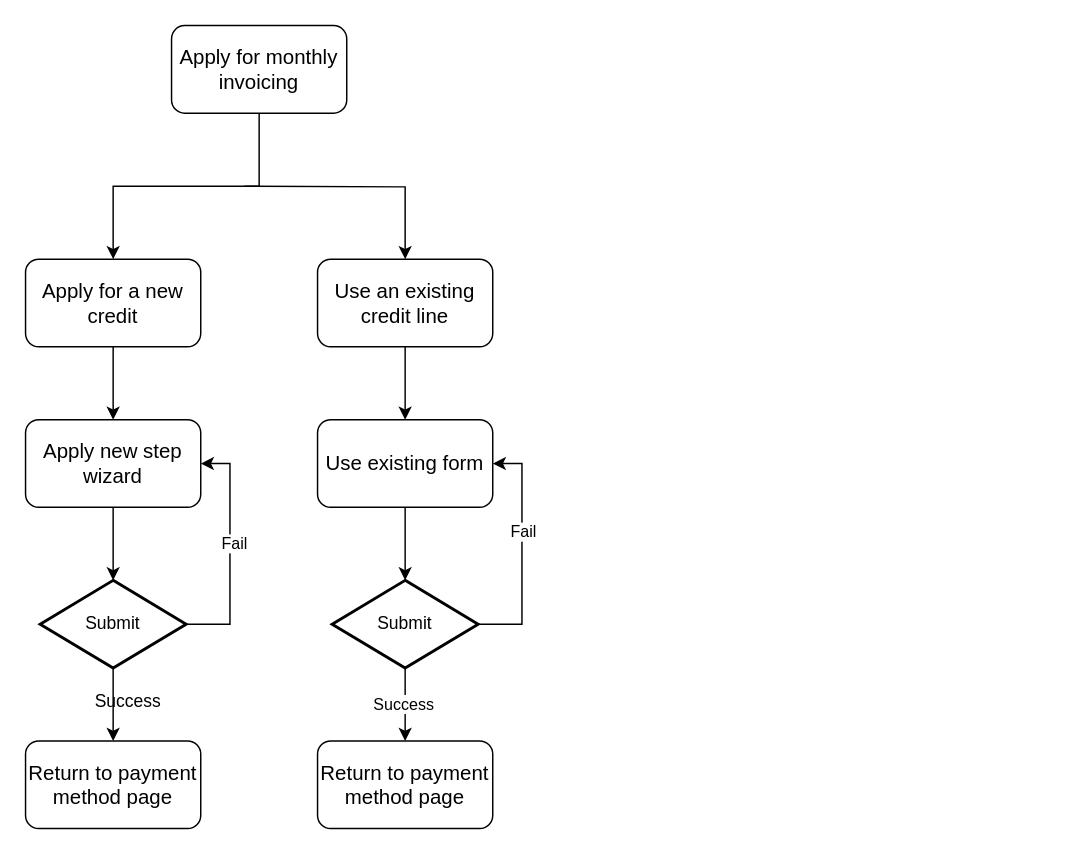
Seandor/diagrams-storage keeps this draw.io diagram as page "monthly invoice application v2" (10 of 10) of misc.drawio. Above is the earlier version. Source tidied: cells renumbered, new cells numbered last; positions are measured from the earlier drawing's top-left corner, leaving out a move shared by most shapes. Both pictures are drawn from the tidied source at 146%, with x=0, y=0 at pixel (25, 25).
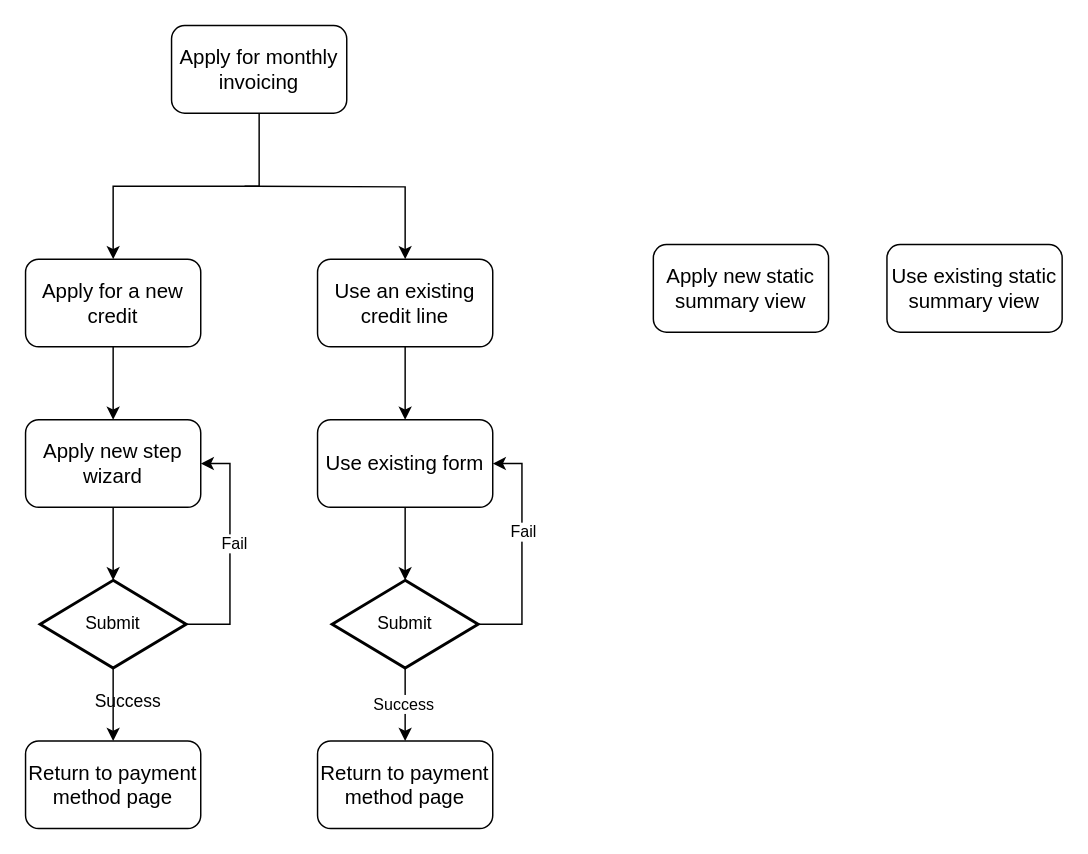
The same page after the edit.

Diff of the diagram source:
```diff
@@
+    <mxCell id="25" value="&lt;font style=&quot;font-size: 14px;&quot;&gt;Apply new static summary view&lt;/font&gt;" style="rounded=1;whiteSpace=wrap;html=1;" parent="1" vertex="1">
+      <mxGeometry x="430" y="150" width="120" height="60" as="geometry" />
+    </mxCell>
+    <mxCell id="26" value="&lt;span style=&quot;font-size: 14px;&quot;&gt;Use existing static summary view&lt;/span&gt;" style="rounded=1;whiteSpace=wrap;html=1;" parent="1" vertex="1">
+      <mxGeometry x="590" y="150" width="120" height="60" as="geometry" />
+    </mxCell>
```
